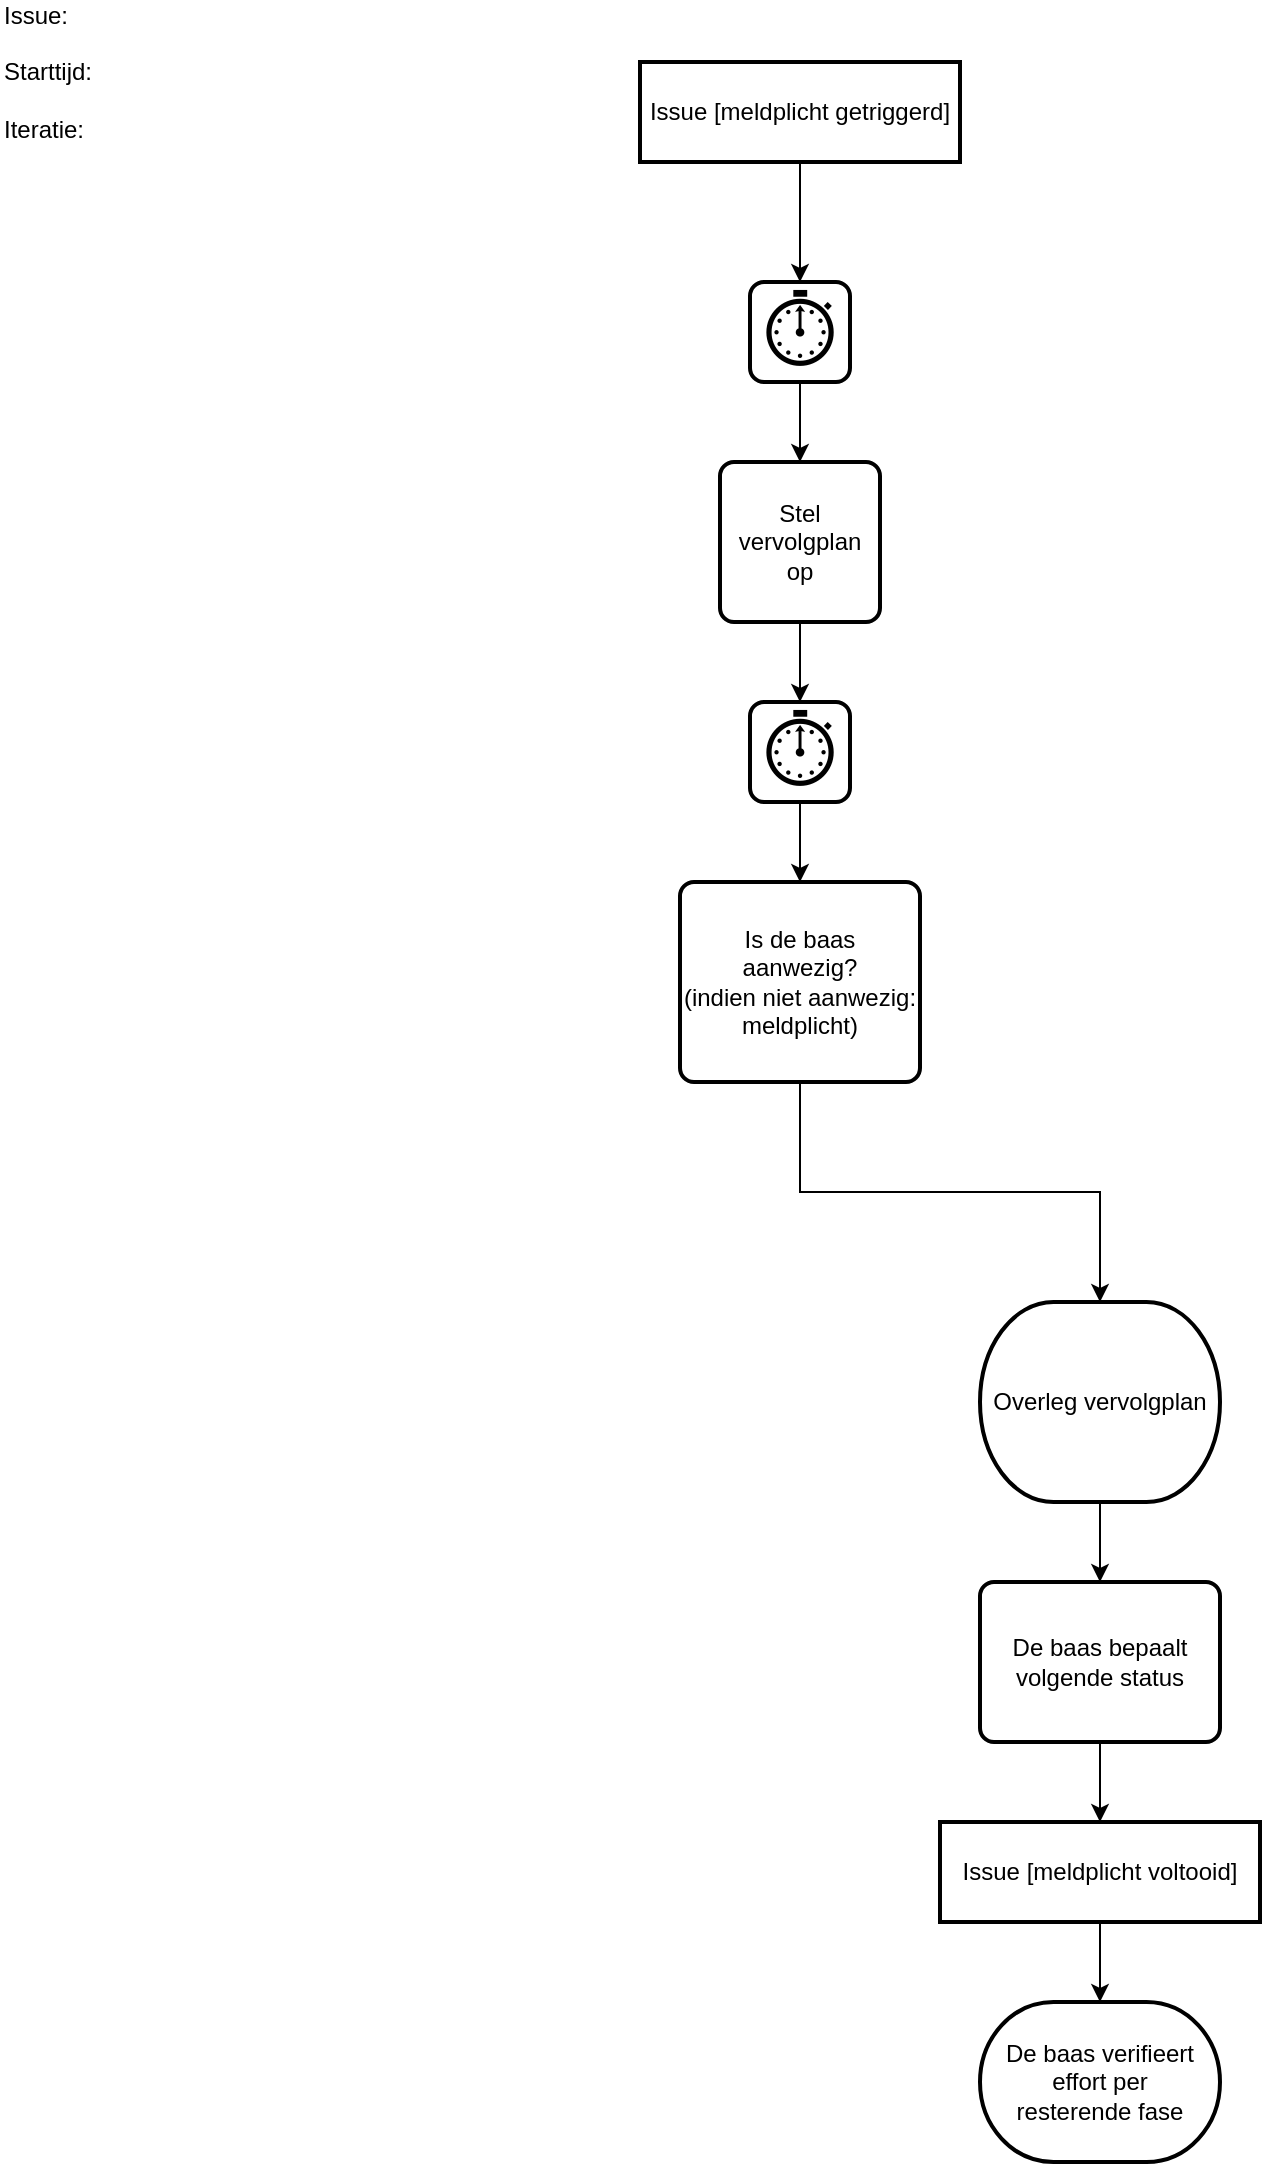
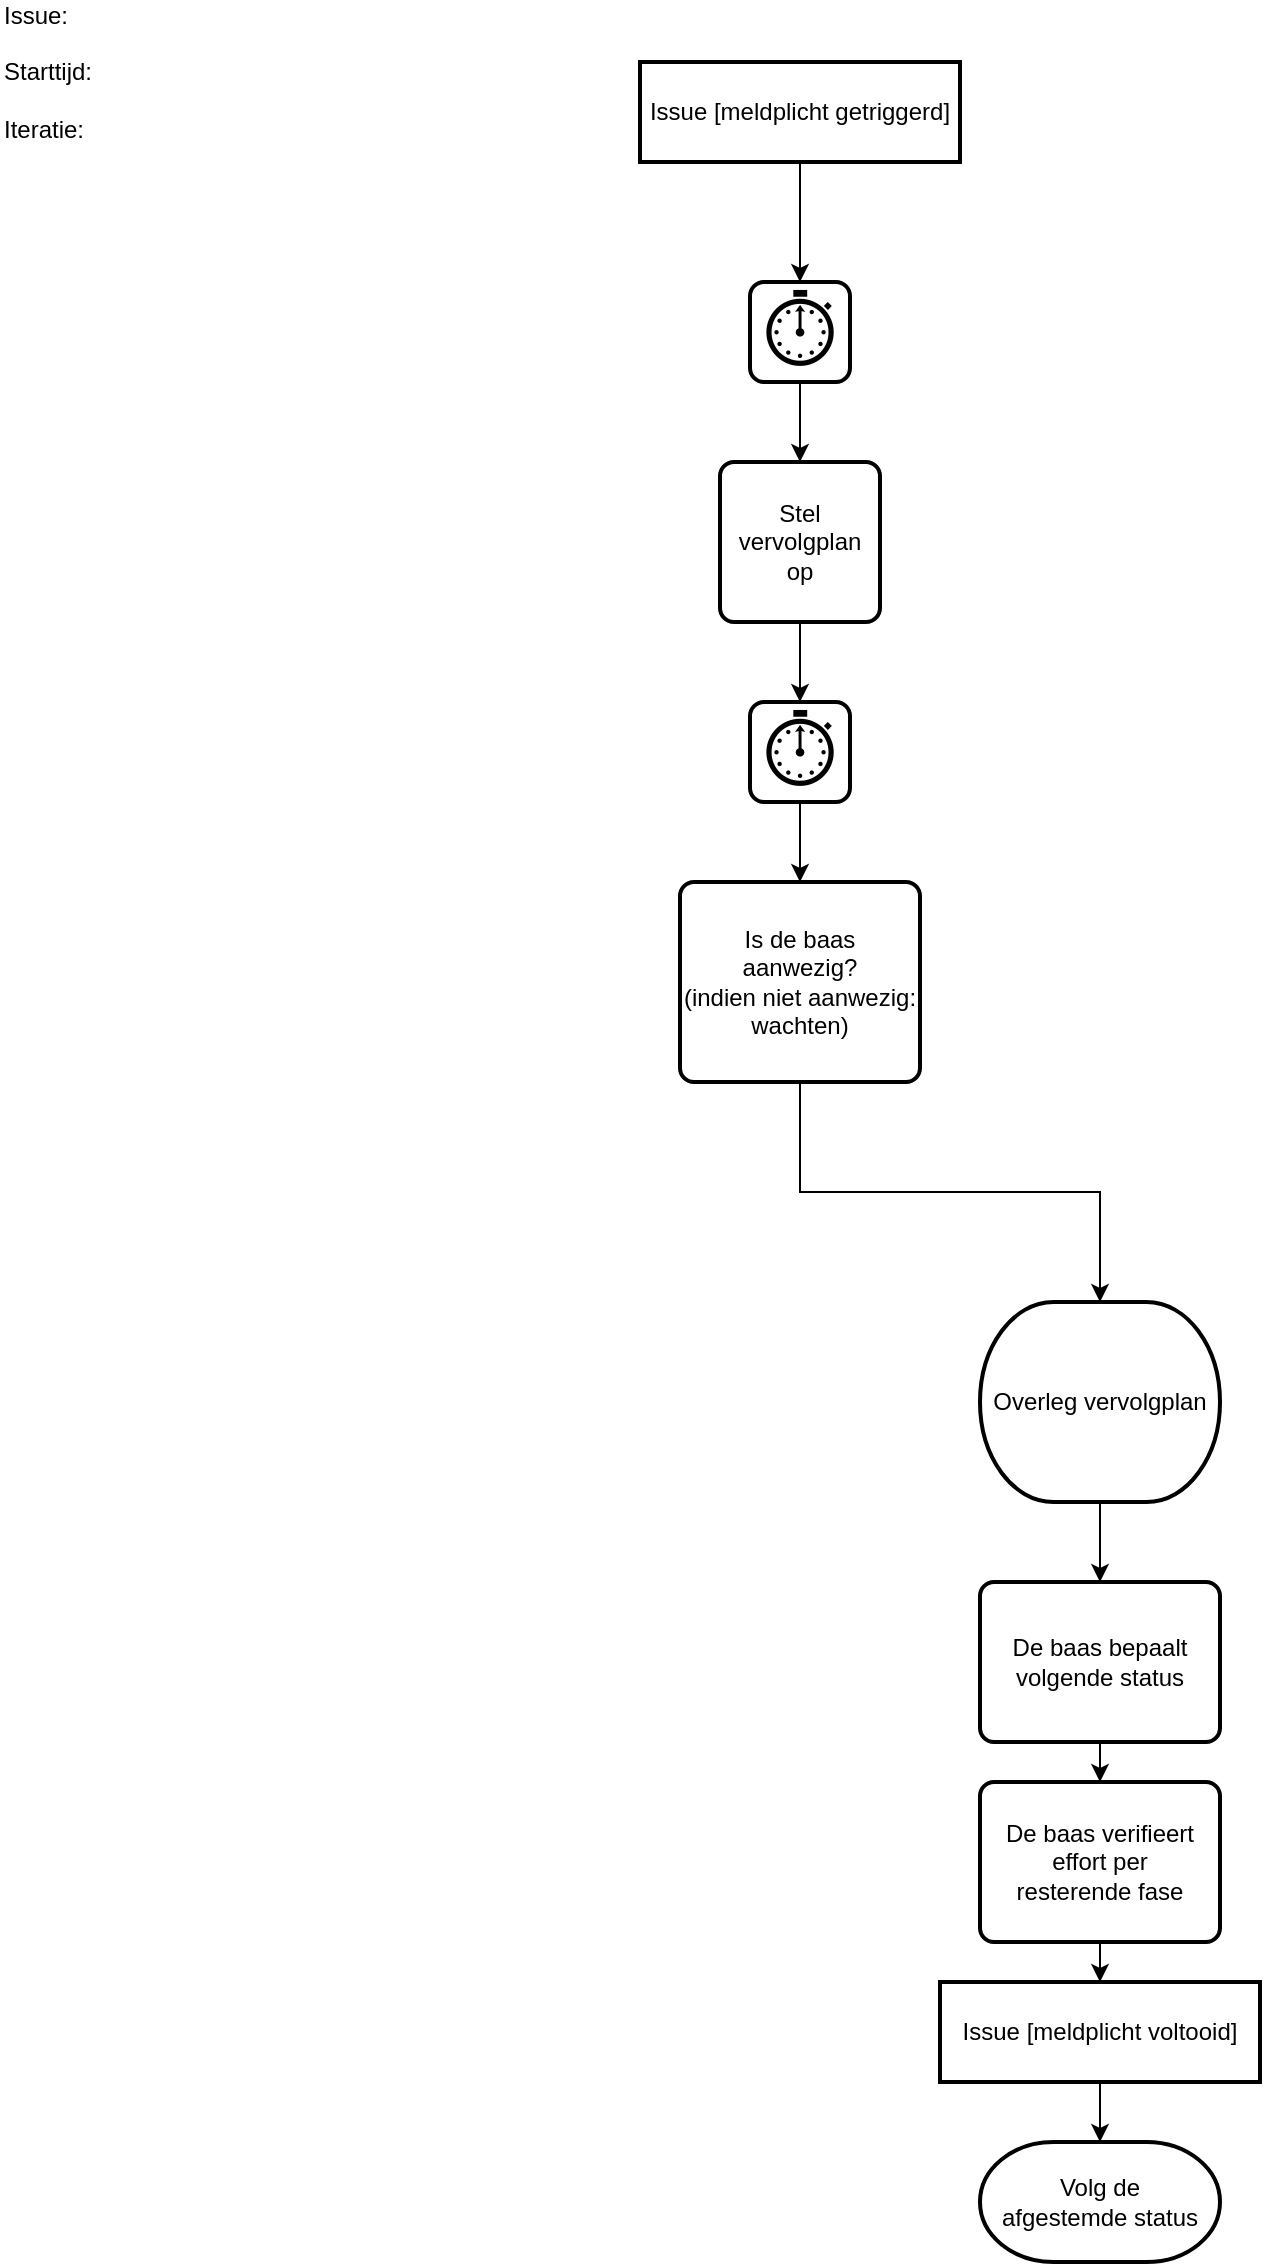
<mxfile host="Electron" agent="Mozilla/5.0 (Windows NT 10.0; Win64; x64) AppleWebKit/537.36 (KHTML, like Gecko) Chrome/144.0.0.0 Safari/537.36">
  <diagram name="Page-1" id="RxTZmvJhkROvXh92HXGi">
-     <mxGraphModel dx="842" dy="576" grid="1" gridSize="10" guides="1" tooltips="1" connect="1" arrows="1" fold="1" page="1" pageScale="1" pageWidth="827" pageHeight="1169" math="0" shadow="0">
+     <mxGraphModel dx="1177" dy="1152" grid="1" gridSize="10" guides="1" tooltips="1" connect="1" arrows="1" fold="1" page="1" pageScale="1" pageWidth="827" pageHeight="1169" math="0" shadow="0">
      <root>
        <mxCell id="0" />
        <mxCell id="1" parent="0" />
        <mxCell id="IjQxlhujuJK-shiPwm0T-2" edge="1" parent="1" source="kJhKxd2zfYEuZ5hcswId-1" style="edgeStyle=orthogonalEdgeStyle;rounded=0;orthogonalLoop=1;jettySize=auto;html=1;" target="kJhKxd2zfYEuZ5hcswId-17" value="">
          <mxGeometry relative="1" as="geometry" />
        </mxCell>
        <object label="Issue [meldplicht getriggerd]" Action="901" id="kJhKxd2zfYEuZ5hcswId-1">
          <mxCell parent="1" style="rounded=0;whiteSpace=wrap;html=1;strokeWidth=2;" vertex="1">
            <mxGeometry height="50" width="160" x="330" y="40" as="geometry" />
          </mxCell>
        </object>
        <mxCell id="IjQxlhujuJK-shiPwm0T-6" edge="1" parent="1" source="kJhKxd2zfYEuZ5hcswId-3" style="edgeStyle=orthogonalEdgeStyle;rounded=0;orthogonalLoop=1;jettySize=auto;html=1;exitX=0.5;exitY=1;exitDx=0;exitDy=0;entryX=0.5;entryY=0;entryDx=0;entryDy=0;" target="kJhKxd2zfYEuZ5hcswId-8">
          <mxGeometry relative="1" as="geometry" />
        </mxCell>
-         <object label="Is de baas&lt;br&gt;aanwezig?&lt;br&gt;(indien niet aanwezig:&lt;br&gt;meldplicht)" Action="905" id="kJhKxd2zfYEuZ5hcswId-3">
+         <object label="Is de baas&lt;br&gt;aanwezig?&lt;br&gt;(indien niet aanwezig:&lt;br&gt;wachten)" Action="905" id="kJhKxd2zfYEuZ5hcswId-3">
          <mxCell parent="1" style="rounded=1;whiteSpace=wrap;html=1;absoluteArcSize=1;arcSize=14;strokeWidth=2;" vertex="1">
            <mxGeometry height="100" width="120" x="350" y="450" as="geometry" />
          </mxCell>
        </object>
-         <mxCell id="IjQxlhujuJK-shiPwm0T-8" edge="1" parent="1" source="kJhKxd2zfYEuZ5hcswId-8" style="edgeStyle=orthogonalEdgeStyle;rounded=0;orthogonalLoop=1;jettySize=auto;html=1;exitX=0.5;exitY=1;exitDx=0;exitDy=0;entryX=0.5;entryY=0;entryDx=0;entryDy=0;" target="kJhKxd2zfYEuZ5hcswId-12" value="">
+         <mxCell id="t8s6E_-A3Us-5MdbCyu4-8" edge="1" parent="1" source="kJhKxd2zfYEuZ5hcswId-8" style="edgeStyle=orthogonalEdgeStyle;rounded=0;orthogonalLoop=1;jettySize=auto;html=1;exitX=0.5;exitY=1;exitDx=0;exitDy=0;exitPerimeter=0;entryX=0.5;entryY=0;entryDx=0;entryDy=0;" target="t8s6E_-A3Us-5MdbCyu4-1">
          <mxGeometry relative="1" as="geometry" />
        </mxCell>
        <object label="Overleg vervolgplan" Action="906" id="kJhKxd2zfYEuZ5hcswId-8">
          <mxCell parent="1" style="strokeWidth=2;html=1;shape=mxgraph.flowchart.terminator;whiteSpace=wrap;" vertex="1">
            <mxGeometry height="100" width="120" x="500" y="660" as="geometry" />
          </mxCell>
        </object>
-         <object label="De baas bepaalt&lt;br&gt;volgende status" Action="907" id="kJhKxd2zfYEuZ5hcswId-12">
-           <mxCell parent="1" style="rounded=1;whiteSpace=wrap;html=1;absoluteArcSize=1;arcSize=14;strokeWidth=2;" vertex="1">
-             <mxGeometry height="80" width="120" x="500" y="800" as="geometry" />
-           </mxCell>
-         </object>
-         <object label="Issue [meldplicht voltooid]" id="object_meldplicht_voltooid">
-           <mxCell parent="1" style="rounded=0;whiteSpace=wrap;html=1;strokeWidth=2;" vertex="1">
-             <mxGeometry height="50" width="160" x="480" y="920" as="geometry" />
-           </mxCell>
-         </object>
-         <mxCell id="edge_baas_bepaalt_to_meldplicht_voltooid" edge="1" parent="1" source="kJhKxd2zfYEuZ5hcswId-12" style="edgeStyle=orthogonalEdgeStyle;rounded=0;orthogonalLoop=1;jettySize=auto;html=1;exitX=0.5;exitY=1;exitDx=0;exitDy=0;entryX=0.5;entryY=0;entryDx=0;entryDy=0;" target="object_meldplicht_voltooid" value="">
-           <mxGeometry relative="1" as="geometry" />
-         </mxCell>
-         <object label="De baas verifieert&lt;br&gt;effort per&lt;br&gt;resterende fase" Action="908" id="new_verifieert_effort">
-           <mxCell parent="1" style="strokeWidth=2;html=1;shape=mxgraph.flowchart.terminator;whiteSpace=wrap;" vertex="1">
-             <mxGeometry height="80" width="120" x="500" y="1010" as="geometry" />
-           </mxCell>
-         </object>
-         <mxCell id="edge_meldplicht_voltooid_to_verifieert_effort" edge="1" parent="1" source="object_meldplicht_voltooid" style="edgeStyle=orthogonalEdgeStyle;rounded=0;orthogonalLoop=1;jettySize=auto;html=1;exitX=0.5;exitY=1;exitDx=0;exitDy=0;entryX=0.5;entryY=0;entryDx=0;entryDy=0;" target="new_verifieert_effort" value="">
-           <mxGeometry relative="1" as="geometry" />
-         </mxCell>
        <mxCell id="kJhKxd2zfYEuZ5hcswId-13" parent="1" style="text;html=1;align=left;verticalAlign=middle;whiteSpace=wrap;rounded=0;" value="Issue:&amp;nbsp; &amp;nbsp;&lt;br&gt;&lt;br&gt;Starttijd:&lt;br&gt;&lt;br&gt;Iteratie:&amp;nbsp;" vertex="1">
          <mxGeometry height="30" width="60" x="10" y="30" as="geometry" />
        </mxCell>
        <mxCell id="IjQxlhujuJK-shiPwm0T-3" edge="1" parent="1" source="kJhKxd2zfYEuZ5hcswId-17" style="edgeStyle=orthogonalEdgeStyle;rounded=0;orthogonalLoop=1;jettySize=auto;html=1;" target="IjQxlhujuJK-shiPwm0T-1" value="">
          <mxGeometry relative="1" as="geometry" />
        </mxCell>
        <object label="&lt;font style=&quot;font-size: 36px;&quot;&gt;⏱️&lt;/font&gt;" Action="902" id="kJhKxd2zfYEuZ5hcswId-17">
          <mxCell parent="1" style="rounded=1;whiteSpace=wrap;html=1;absoluteArcSize=1;arcSize=14;strokeWidth=2;" vertex="1">
            <mxGeometry height="50" width="50" x="385" y="150" as="geometry" />
          </mxCell>
        </object>
        <mxCell id="IjQxlhujuJK-shiPwm0T-5" edge="1" parent="1" source="kJhKxd2zfYEuZ5hcswId-18" style="edgeStyle=orthogonalEdgeStyle;rounded=0;orthogonalLoop=1;jettySize=auto;html=1;" target="kJhKxd2zfYEuZ5hcswId-3" value="">
          <mxGeometry relative="1" as="geometry" />
        </mxCell>
        <object label="&lt;font style=&quot;font-size: 36px;&quot;&gt;⏱️&lt;/font&gt;" Action="904" id="kJhKxd2zfYEuZ5hcswId-18">
          <mxCell parent="1" style="rounded=1;whiteSpace=wrap;html=1;absoluteArcSize=1;arcSize=14;strokeWidth=2;" vertex="1">
            <mxGeometry height="50" width="50" x="385" y="360" as="geometry" />
          </mxCell>
        </object>
        <mxCell id="IjQxlhujuJK-shiPwm0T-4" edge="1" parent="1" source="IjQxlhujuJK-shiPwm0T-1" style="edgeStyle=orthogonalEdgeStyle;rounded=0;orthogonalLoop=1;jettySize=auto;html=1;" target="kJhKxd2zfYEuZ5hcswId-18" value="">
          <mxGeometry relative="1" as="geometry" />
        </mxCell>
        <object label="Stel vervolgplan op" Action="903" id="IjQxlhujuJK-shiPwm0T-1">
          <mxCell parent="1" style="rounded=1;whiteSpace=wrap;html=1;absoluteArcSize=1;arcSize=14;strokeWidth=2;" vertex="1">
            <mxGeometry height="80" width="80" x="370" y="240" as="geometry" />
          </mxCell>
        </object>
+         <object label="De baas bepaalt&lt;br&gt;volgende status" Action="907" id="t8s6E_-A3Us-5MdbCyu4-1">
+           <mxCell parent="1" style="rounded=1;whiteSpace=wrap;html=1;absoluteArcSize=1;arcSize=14;strokeWidth=2;" vertex="1">
+             <mxGeometry height="80" width="120" x="500" y="800" as="geometry" />
+           </mxCell>
+         </object>
+         <object label="De baas verifieert&lt;br&gt;effort per&lt;br&gt;resterende fase" Action="908" id="t8s6E_-A3Us-5MdbCyu4-2">
+           <mxCell parent="1" style="rounded=1;whiteSpace=wrap;html=1;absoluteArcSize=1;arcSize=14;strokeWidth=2;" vertex="1">
+             <mxGeometry height="80" width="120" x="500" y="900" as="geometry" />
+           </mxCell>
+         </object>
+         <mxCell id="t8s6E_-A3Us-5MdbCyu4-3" edge="1" parent="1" source="t8s6E_-A3Us-5MdbCyu4-1" style="edgeStyle=orthogonalEdgeStyle;rounded=0;orthogonalLoop=1;jettySize=auto;html=1;exitX=0.5;exitY=1;exitDx=0;exitDy=0;entryX=0.5;entryY=0;entryDx=0;entryDy=0;" target="t8s6E_-A3Us-5MdbCyu4-2">
+           <mxGeometry relative="1" as="geometry" />
+         </mxCell>
+         <mxCell id="t8s6E_-A3Us-5MdbCyu4-4" edge="1" parent="1" source="t8s6E_-A3Us-5MdbCyu4-2" style="edgeStyle=orthogonalEdgeStyle;rounded=0;orthogonalLoop=1;jettySize=auto;html=1;exitX=0.5;exitY=1;exitDx=0;exitDy=0;entryX=0.5;entryY=0;entryDx=0;entryDy=0;" target="t8s6E_-A3Us-5MdbCyu4-5" value="">
+           <mxGeometry relative="1" as="geometry" />
+         </mxCell>
+         <object label="Issue [meldplicht voltooid]" id="t8s6E_-A3Us-5MdbCyu4-5">
+           <mxCell parent="1" style="rounded=0;whiteSpace=wrap;html=1;strokeWidth=2;" vertex="1">
+             <mxGeometry height="50" width="160" x="480" y="1000" as="geometry" />
+           </mxCell>
+         </object>
+         <object label="Volg de&lt;br&gt;afgestemde status" Action="909" id="t8s6E_-A3Us-5MdbCyu4-6">
+           <mxCell parent="1" style="strokeWidth=2;html=1;shape=mxgraph.flowchart.terminator;whiteSpace=wrap;" vertex="1">
+             <mxGeometry height="60" width="120" x="500" y="1080" as="geometry" />
+           </mxCell>
+         </object>
+         <mxCell id="t8s6E_-A3Us-5MdbCyu4-7" edge="1" parent="1" source="t8s6E_-A3Us-5MdbCyu4-5" style="edgeStyle=orthogonalEdgeStyle;rounded=0;orthogonalLoop=1;jettySize=auto;html=1;exitX=0.5;exitY=1;exitDx=0;exitDy=0;entryX=0.5;entryY=0;entryDx=0;entryDy=0;" target="t8s6E_-A3Us-5MdbCyu4-6" value="">
+           <mxGeometry relative="1" as="geometry" />
+         </mxCell>
      </root>
    </mxGraphModel>
  </diagram>
</mxfile>
